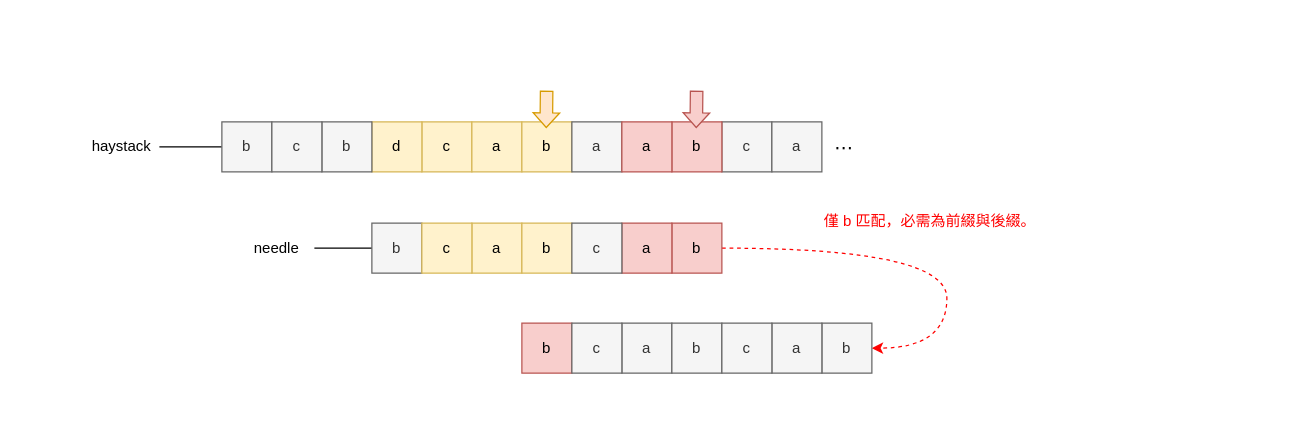
Before: page "第 3 页" (3 of 4) of docs/0028_find_the_index_of_the_first_occurrence_in_a_string_bm_gs.drawio in rickbsr/example-leetcode, a draw.io diagram. Source tidied: cells renumbered, new cells numbered last; positions are measured from the earlier drawing's top-left corner, leaving out a move shared by most shapes. Both pictures are drawn from the tidied source at 125%, with x=0, y=0 at pixel (84, 90).
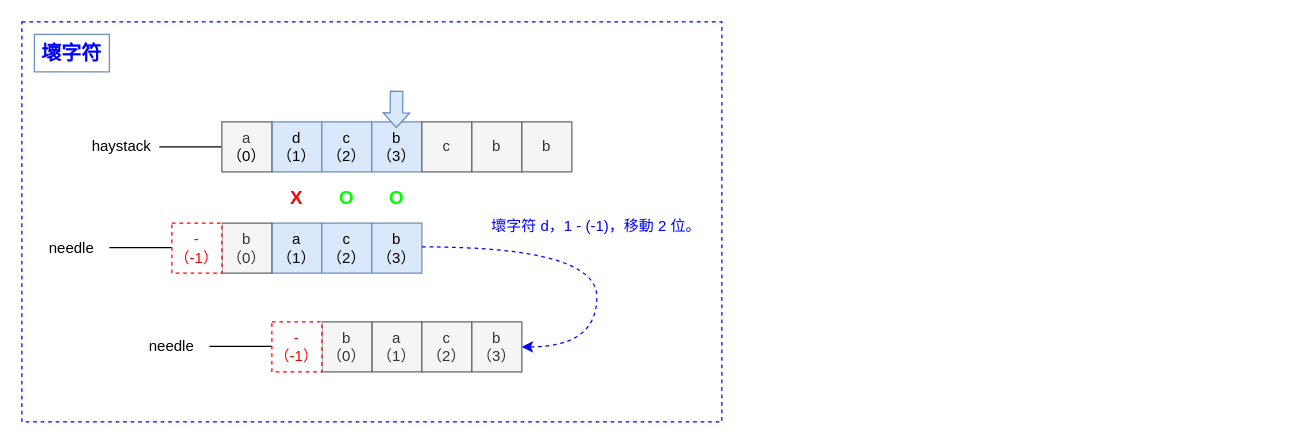
After the change.

The change refers to these unchanged cells:
```xml
<mxCell id="6" value="haystack" style="text;html=1;align=center;verticalAlign=middle;whiteSpace=wrap;rounded=0;" parent="1" vertex="1">
  <mxGeometry y="30" width="60" height="30" as="geometry" />
</mxCell>
```

The edit, as a diff of the source:
```diff
@@
-    <mxCell id="2" value="c" style="rounded=0;whiteSpace=wrap;html=1;fillColor=#f5f5f5;strokeColor=#666666;fontColor=#333333;" parent="1" vertex="1">
-      <mxGeometry x="510" y="25" width="40" height="40" as="geometry" />
-    </mxCell>
-    <mxCell id="3" value="c" style="rounded=0;whiteSpace=wrap;html=1;fillColor=#fff2cc;strokeColor=#d6b656;" parent="1" vertex="1">
-      <mxGeometry x="270" y="25" width="40" height="40" as="geometry" />
-    </mxCell>
-    <mxCell id="4" value="d" style="rounded=0;whiteSpace=wrap;html=1;fillColor=#fff2cc;strokeColor=#d6b656;" parent="1" vertex="1">
-      <mxGeometry x="230" y="25" width="40" height="40" as="geometry" />
-    </mxCell>
-    <mxCell id="5" style="edgeStyle=orthogonalEdgeStyle;rounded=0;jettySize=auto;html=1;exitX=1;exitY=0.5;exitDx=0;exitDy=0;entryX=0;entryY=0.5;entryDx=0;entryDy=0;endArrow=none;endFill=0;" parent="1" edge="1" source="6">
-      <mxGeometry relative="1" as="geometry">
-        <mxPoint x="110" y="45" as="targetPoint" />
-      </mxGeometry>
-    </mxCell>
+    <mxCell id="37" style="rounded=0;whiteSpace=wrap;html=1;dashed=1;strokeColor=#0000FF;fontColor=#000000;" parent="1" vertex="1">
+      <mxGeometry x="-50" y="-55" width="560" height="320" as="geometry" />
+    </mxCell>
+    <mxCell id="38" value="&lt;font&gt;&lt;b&gt;O&lt;/b&gt;&lt;/font&gt;" style="rounded=0;whiteSpace=wrap;html=1;fontSize=15;strokeColor=none;fontColor=#00FF00;" parent="1" vertex="1">
+      <mxGeometry x="230" y="65" width="40" height="40" as="geometry" />
+    </mxCell>
+    <mxCell id="39" value="&lt;font&gt;&lt;b&gt;O&lt;/b&gt;&lt;/font&gt;" style="rounded=0;whiteSpace=wrap;html=1;fontSize=15;strokeColor=none;fontColor=#00FF00;" parent="1" vertex="1">
+      <mxGeometry x="190" y="65" width="40" height="40" as="geometry" />
+    </mxCell>
+    <mxCell id="40" value="&lt;font color=&quot;#ff0000&quot; style=&quot;font-size: 15px;&quot;&gt;&lt;b style=&quot;&quot;&gt;X&lt;/b&gt;&lt;/font&gt;" style="rounded=0;whiteSpace=wrap;html=1;fontSize=15;strokeColor=none;" parent="1" vertex="1">
+      <mxGeometry x="150" y="65" width="40" height="40" as="geometry" />
+    </mxCell>
+    <mxCell id="41" style="edgeStyle=orthogonalEdgeStyle;rounded=0;jettySize=auto;html=1;exitX=1;exitY=0.5;exitDx=0;exitDy=0;entryX=0;entryY=0.5;entryDx=0;entryDy=0;endArrow=none;endFill=0;" parent="1" edge="1" source="6">
+      <mxGeometry relative="1" as="geometry">
+        <mxPoint x="110" y="45" as="targetPoint" />
+      </mxGeometry>
+    </mxCell>
@@
-    <mxCell id="7" value="b" style="rounded=0;whiteSpace=wrap;html=1;fillColor=#f8cecc;strokeColor=#b85450;" parent="1" vertex="1">
-      <mxGeometry x="470" y="25" width="40" height="40" as="geometry" />
-    </mxCell>
-    <mxCell id="8" value="b" style="rounded=0;whiteSpace=wrap;html=1;fillColor=#f5f5f5;strokeColor=#666666;fontColor=#333333;" parent="1" vertex="1">
-      <mxGeometry x="190" y="25" width="40" height="40" as="geometry" />
-    </mxCell>
-    <mxCell id="9" style="edgeStyle=orthogonalEdgeStyle;rounded=0;orthogonalLoop=1;jettySize=auto;html=1;exitX=1;exitY=0.5;exitDx=0;exitDy=0;entryX=0;entryY=0.5;entryDx=0;entryDy=0;endArrow=none;endFill=0;" parent="1" edge="1">
-      <mxGeometry relative="1" as="geometry">
-        <mxPoint x="184" y="126" as="sourcePoint" />
-        <mxPoint x="234" y="126" as="targetPoint" />
-      </mxGeometry>
-    </mxCell>
-    <mxCell id="10" value="needle" style="text;html=1;strokeColor=none;fillColor=none;align=center;verticalAlign=middle;whiteSpace=wrap;rounded=0;" parent="1" vertex="1">
-      <mxGeometry x="124" y="111" width="60" height="30" as="geometry" />
-    </mxCell>
-    <mxCell id="11" value="a" style="rounded=0;whiteSpace=wrap;html=1;fillColor=#fff2cc;strokeColor=#d6b656;" parent="1" vertex="1">
-      <mxGeometry x="310" y="25" width="40" height="40" as="geometry" />
-    </mxCell>
-    <mxCell id="12" value="b" style="rounded=0;whiteSpace=wrap;html=1;fillColor=#fff2cc;strokeColor=#d6b656;" parent="1" vertex="1">
-      <mxGeometry x="350" y="25" width="40" height="40" as="geometry" />
-    </mxCell>
-    <mxCell id="13" style="shape=flexArrow;endArrow=classic;html=1;rounded=0;endWidth=10.263157894736842;endSize=3.5605263157894735;fillColor=#f8cecc;strokeColor=#b85450;" parent="1" edge="1">
-      <mxGeometry relative="1" as="geometry">
-        <mxPoint x="489.8" as="sourcePoint" />
-        <mxPoint x="489.5" y="30" as="targetPoint" />
-      </mxGeometry>
-    </mxCell>
-    <mxCell id="14" value="a" style="rounded=0;whiteSpace=wrap;html=1;fillColor=#f5f5f5;strokeColor=#666666;fontColor=#333333;" parent="1" vertex="1">
-      <mxGeometry x="390" y="25" width="40" height="40" as="geometry" />
-    </mxCell>
-    <mxCell id="15" value="a" style="rounded=0;whiteSpace=wrap;html=1;fillColor=#f8cecc;strokeColor=#b85450;" parent="1" vertex="1">
-      <mxGeometry x="430" y="25" width="40" height="40" as="geometry" />
-    </mxCell>
-    <mxCell id="16" style="endArrow=classic;html=1;rounded=0;entryX=1;entryY=0.5;entryDx=0;entryDy=0;edgeStyle=orthogonalEdgeStyle;curved=1;strokeColor=#FF0000;dashed=1;exitX=1;exitY=0.5;exitDx=0;exitDy=0;" parent="1" edge="1" source="21" target="28">
-      <mxGeometry relative="1" as="geometry">
-        <Array as="points">
-          <mxPoint x="690" y="126" />
-          <mxPoint x="690" y="206" />
-        </Array>
-      </mxGeometry>
-    </mxCell>
-    <mxCell id="17" value="&lt;font&gt;&lt;span style=&quot;&quot;&gt;僅 b 匹配，必需為前綴與後綴。&lt;/span&gt;&lt;br&gt;&lt;/font&gt;" style="text;html=1;strokeColor=none;fillColor=none;align=left;verticalAlign=middle;whiteSpace=wrap;rounded=0;fontColor=#FF0000;" parent="1" vertex="1">
-      <mxGeometry x="590" y="76" width="360" height="57.5" as="geometry" />
-    </mxCell>
-    <mxCell id="18" style="shape=flexArrow;endArrow=classic;html=1;rounded=0;endWidth=10.263157894736842;endSize=3.5605263157894735;fillColor=#ffe6cc;strokeColor=#d79b00;" parent="1" edge="1">
-      <mxGeometry relative="1" as="geometry">
-        <mxPoint x="369.8" as="sourcePoint" />
-        <mxPoint x="369.5" y="30" as="targetPoint" />
-      </mxGeometry>
-    </mxCell>
-    <mxCell id="19" value="a" style="rounded=0;whiteSpace=wrap;html=1;fillColor=#fff2cc;strokeColor=#d6b656;" parent="1" vertex="1">
-      <mxGeometry x="310" y="106" width="40" height="40" as="geometry" />
-    </mxCell>
-    <mxCell id="20" value="b" style="rounded=0;whiteSpace=wrap;html=1;fillColor=#fff2cc;strokeColor=#d6b656;" parent="1" vertex="1">
-      <mxGeometry x="350" y="106" width="40" height="40" as="geometry" />
-    </mxCell>
-    <mxCell id="21" value="b" style="rounded=0;whiteSpace=wrap;html=1;fillColor=#f8cecc;strokeColor=#b85450;" parent="1" vertex="1">
-      <mxGeometry x="470" y="106" width="40" height="40" as="geometry" />
-    </mxCell>
-    <mxCell id="22" value="a" style="rounded=0;whiteSpace=wrap;html=1;fillColor=#f8cecc;strokeColor=#b85450;" parent="1" vertex="1">
-      <mxGeometry x="430" y="106" width="40" height="40" as="geometry" />
-    </mxCell>
-    <mxCell id="23" value="c" style="rounded=0;whiteSpace=wrap;html=1;fillColor=#f5f5f5;strokeColor=#666666;fontColor=#333333;" parent="1" vertex="1">
-      <mxGeometry x="390" y="106" width="40" height="40" as="geometry" />
-    </mxCell>
-    <mxCell id="24" value="b" style="rounded=0;whiteSpace=wrap;html=1;fillColor=#f5f5f5;strokeColor=#666666;fontColor=#333333;" parent="1" vertex="1">
-      <mxGeometry x="230" y="106" width="40" height="40" as="geometry" />
-    </mxCell>
-    <mxCell id="25" value="c" style="rounded=0;whiteSpace=wrap;html=1;fillColor=#fff2cc;strokeColor=#d6b656;" parent="1" vertex="1">
-      <mxGeometry x="270" y="106" width="40" height="40" as="geometry" />
-    </mxCell>
-    <mxCell id="26" value="a" style="rounded=0;whiteSpace=wrap;html=1;fillColor=#f5f5f5;strokeColor=#666666;fontColor=#333333;" parent="1" vertex="1">
-      <mxGeometry x="430" y="186" width="40" height="40" as="geometry" />
-    </mxCell>
-    <mxCell id="27" value="b" style="rounded=0;whiteSpace=wrap;html=1;fillColor=#f5f5f5;strokeColor=#666666;fontColor=#333333;" parent="1" vertex="1">
-      <mxGeometry x="470" y="186" width="40" height="40" as="geometry" />
-    </mxCell>
-    <mxCell id="28" value="b" style="rounded=0;whiteSpace=wrap;html=1;fillColor=#f5f5f5;strokeColor=#666666;fontColor=#333333;" parent="1" vertex="1">
-      <mxGeometry x="590" y="186" width="40" height="40" as="geometry" />
-    </mxCell>
-    <mxCell id="29" value="a" style="rounded=0;whiteSpace=wrap;html=1;fillColor=#f5f5f5;strokeColor=#666666;fontColor=#333333;" parent="1" vertex="1">
-      <mxGeometry x="550" y="186" width="40" height="40" as="geometry" />
-    </mxCell>
-    <mxCell id="30" value="c" style="rounded=0;whiteSpace=wrap;html=1;fillColor=#f5f5f5;strokeColor=#666666;fontColor=#333333;" parent="1" vertex="1">
-      <mxGeometry x="510" y="186" width="40" height="40" as="geometry" />
-    </mxCell>
-    <mxCell id="31" value="b" style="rounded=0;whiteSpace=wrap;html=1;fillColor=#f8cecc;strokeColor=#b85450;" parent="1" vertex="1">
-      <mxGeometry x="350" y="186" width="40" height="40" as="geometry" />
-    </mxCell>
-    <mxCell id="32" value="c" style="rounded=0;whiteSpace=wrap;html=1;fillColor=#f5f5f5;strokeColor=#666666;fontColor=#333333;" parent="1" vertex="1">
-      <mxGeometry x="390" y="186" width="40" height="40" as="geometry" />
-    </mxCell>
-    <mxCell id="33" value="b" style="rounded=0;whiteSpace=wrap;html=1;fillColor=#f5f5f5;strokeColor=#666666;fontColor=#333333;" parent="1" vertex="1">
-      <mxGeometry x="110" y="25" width="40" height="40" as="geometry" />
-    </mxCell>
-    <mxCell id="34" value="c" style="rounded=0;whiteSpace=wrap;html=1;fillColor=#f5f5f5;strokeColor=#666666;fontColor=#333333;" parent="1" vertex="1">
-      <mxGeometry x="150" y="25" width="40" height="40" as="geometry" />
-    </mxCell>
-    <mxCell id="35" value="a" style="rounded=0;whiteSpace=wrap;html=1;fillColor=#f5f5f5;strokeColor=#666666;fontColor=#333333;" parent="1" vertex="1">
-      <mxGeometry x="550" y="25" width="40" height="40" as="geometry" />
-    </mxCell>
-    <mxCell id="36" value="&lt;font style=&quot;font-size: 15px;&quot;&gt;⋯&amp;nbsp;&lt;/font&gt;" style="rounded=0;whiteSpace=wrap;html=1;fillColor=none;strokeColor=none;" parent="1" vertex="1">
-      <mxGeometry x="590" y="25" width="40" height="40" as="geometry" />
-    </mxCell>
+    <mxCell id="42" style="edgeStyle=orthogonalEdgeStyle;rounded=0;orthogonalLoop=1;jettySize=auto;html=1;exitX=1;exitY=0.5;exitDx=0;exitDy=0;entryX=0;entryY=0.5;entryDx=0;entryDy=0;endArrow=none;endFill=0;" parent="1" edge="1">
+      <mxGeometry relative="1" as="geometry">
+        <mxPoint x="20" y="125.5" as="sourcePoint" />
+        <mxPoint x="70" y="125.5" as="targetPoint" />
+      </mxGeometry>
+    </mxCell>
+    <mxCell id="43" value="needle" style="text;html=1;strokeColor=none;fillColor=none;align=center;verticalAlign=middle;whiteSpace=wrap;rounded=0;" parent="1" vertex="1">
+      <mxGeometry x="-40" y="111" width="60" height="30" as="geometry" />
+    </mxCell>
+    <mxCell id="44" value="d&lt;br&gt;（1）" style="rounded=0;whiteSpace=wrap;html=1;fillColor=#dae8fc;strokeColor=#6c8ebf;" parent="1" vertex="1">
+      <mxGeometry x="150" y="25" width="40" height="40" as="geometry" />
+    </mxCell>
+    <mxCell id="45" value="a&lt;br style=&quot;color: rgb(0, 0, 0);&quot;&gt;&lt;span style=&quot;color: rgb(0, 0, 0);&quot;&gt;（0）&lt;/span&gt;" style="rounded=0;whiteSpace=wrap;html=1;fillColor=#f5f5f5;strokeColor=#666666;fontColor=#333333;" parent="1" vertex="1">
+      <mxGeometry x="110" y="25" width="40" height="40" as="geometry" />
+    </mxCell>
+    <mxCell id="46" value="a&lt;br&gt;（1）" style="rounded=0;whiteSpace=wrap;html=1;fillColor=#dae8fc;strokeColor=#6c8ebf;" parent="1" vertex="1">
+      <mxGeometry x="150" y="106" width="40" height="40" as="geometry" />
+    </mxCell>
+    <mxCell id="47" value="c&lt;br&gt;（2）" style="rounded=0;whiteSpace=wrap;html=1;fillColor=#dae8fc;strokeColor=#6c8ebf;" parent="1" vertex="1">
+      <mxGeometry x="190" y="106" width="40" height="40" as="geometry" />
+    </mxCell>
+    <mxCell id="48" value="b&lt;br&gt;（0）" style="rounded=0;whiteSpace=wrap;html=1;fillColor=#f5f5f5;strokeColor=#666666;fontColor=#333333;" parent="1" vertex="1">
+      <mxGeometry x="110" y="106" width="40" height="40" as="geometry" />
+    </mxCell>
+    <mxCell id="49" value="b&lt;br&gt;（3）" style="rounded=0;whiteSpace=wrap;html=1;fillColor=#dae8fc;strokeColor=#6c8ebf;" parent="1" vertex="1">
+      <mxGeometry x="230" y="106" width="40" height="40" as="geometry" />
+    </mxCell>
+    <mxCell id="50" value="c&lt;br&gt;（2）" style="rounded=0;whiteSpace=wrap;html=1;fillColor=#dae8fc;strokeColor=#6c8ebf;" parent="1" vertex="1">
+      <mxGeometry x="190" y="25" width="40" height="40" as="geometry" />
+    </mxCell>
+    <mxCell id="51" value="b&lt;br&gt;（3）" style="rounded=0;whiteSpace=wrap;html=1;fillColor=#dae8fc;strokeColor=#6c8ebf;" parent="1" vertex="1">
+      <mxGeometry x="230" y="25" width="40" height="40" as="geometry" />
+    </mxCell>
+    <mxCell id="52" style="shape=flexArrow;endArrow=classic;html=1;rounded=0;endWidth=10.263157894736842;endSize=3.5605263157894735;fillColor=#dae8fc;strokeColor=#6c8ebf;" parent="1" edge="1">
+      <mxGeometry relative="1" as="geometry">
+        <mxPoint x="249.8" as="sourcePoint" />
+        <mxPoint x="249.5" y="30" as="targetPoint" />
+      </mxGeometry>
+    </mxCell>
+    <mxCell id="53" style="edgeStyle=orthogonalEdgeStyle;rounded=0;orthogonalLoop=1;jettySize=auto;html=1;exitX=1;exitY=0.5;exitDx=0;exitDy=0;entryX=0;entryY=0.5;entryDx=0;entryDy=0;endArrow=none;endFill=0;" parent="1" edge="1">
+      <mxGeometry relative="1" as="geometry">
+        <mxPoint x="100" y="204.5" as="sourcePoint" />
+        <mxPoint x="150" y="204.5" as="targetPoint" />
+      </mxGeometry>
+    </mxCell>
+    <mxCell id="54" value="needle" style="text;html=1;strokeColor=none;fillColor=none;align=center;verticalAlign=middle;whiteSpace=wrap;rounded=0;" parent="1" vertex="1">
+      <mxGeometry x="40" y="190" width="60" height="30" as="geometry" />
+    </mxCell>
+    <mxCell id="55" value="a&lt;br&gt;（1）" style="rounded=0;whiteSpace=wrap;html=1;fillColor=#f5f5f5;strokeColor=#666666;fontColor=#333333;" parent="1" vertex="1">
+      <mxGeometry x="230" y="185" width="40" height="40" as="geometry" />
+    </mxCell>
+    <mxCell id="56" value="c&lt;br&gt;（2）" style="rounded=0;whiteSpace=wrap;html=1;fillColor=#f5f5f5;strokeColor=#666666;fontColor=#333333;" parent="1" vertex="1">
+      <mxGeometry x="270" y="185" width="40" height="40" as="geometry" />
+    </mxCell>
+    <mxCell id="57" value="b&lt;br&gt;（0）" style="rounded=0;whiteSpace=wrap;html=1;fillColor=#f5f5f5;strokeColor=#666666;fontColor=#333333;" parent="1" vertex="1">
+      <mxGeometry x="190" y="185" width="40" height="40" as="geometry" />
+    </mxCell>
+    <mxCell id="58" value="b&lt;br&gt;（3）" style="rounded=0;whiteSpace=wrap;html=1;fillColor=#f5f5f5;strokeColor=#666666;fontColor=#333333;" parent="1" vertex="1">
+      <mxGeometry x="310" y="185" width="40" height="40" as="geometry" />
+    </mxCell>
+    <mxCell id="59" value="-&lt;br&gt;（-1）" style="rounded=0;whiteSpace=wrap;html=1;dashed=1;strokeColor=#FF0000;fontColor=#FF0000;" parent="1" vertex="1">
+      <mxGeometry x="70" y="106" width="40" height="40" as="geometry" />
+    </mxCell>
+    <mxCell id="60" value="-&lt;br&gt;（-1）" style="rounded=0;whiteSpace=wrap;html=1;dashed=1;strokeColor=#FF0000;fontColor=#FF0000;" parent="1" vertex="1">
+      <mxGeometry x="150" y="185" width="40" height="40" as="geometry" />
+    </mxCell>
+    <mxCell id="61" value="c" style="rounded=0;whiteSpace=wrap;html=1;fillColor=#f5f5f5;strokeColor=#666666;fontColor=#333333;" parent="1" vertex="1">
+      <mxGeometry x="270" y="25" width="40" height="40" as="geometry" />
+    </mxCell>
+    <mxCell id="62" value="b" style="rounded=0;whiteSpace=wrap;html=1;fillColor=#f5f5f5;strokeColor=#666666;fontColor=#333333;" parent="1" vertex="1">
+      <mxGeometry x="310" y="25" width="40" height="40" as="geometry" />
+    </mxCell>
+    <mxCell id="63" value="b" style="rounded=0;whiteSpace=wrap;html=1;fillColor=#f5f5f5;strokeColor=#666666;fontColor=#333333;" parent="1" vertex="1">
+      <mxGeometry x="350" y="25" width="40" height="40" as="geometry" />
+    </mxCell>
+    <mxCell id="64" value="&lt;font size=&quot;1&quot; color=&quot;#0000ff&quot;&gt;&lt;b style=&quot;font-size: 16px;&quot;&gt;壞字符&lt;/b&gt;&lt;/font&gt;" style="text;html=1;strokeColor=#6c8ebf;fillColor=none;align=center;verticalAlign=middle;whiteSpace=wrap;rounded=0;" parent="1" vertex="1">
+      <mxGeometry x="-40" y="-45" width="60" height="30" as="geometry" />
+    </mxCell>
+    <mxCell id="65" style="endArrow=classic;html=1;rounded=0;edgeStyle=orthogonalEdgeStyle;curved=1;strokeColor=#0000FF;dashed=1;exitX=1;exitY=0.5;exitDx=0;exitDy=0;fontColor=#0000FF;entryX=1;entryY=0.5;entryDx=0;entryDy=0;" parent="1" edge="1" target="58">
+      <mxGeometry relative="1" as="geometry">
+        <mxPoint x="270" y="125" as="sourcePoint" />
+        <Array as="points">
+          <mxPoint x="410" y="125" />
+          <mxPoint x="410" y="205" />
+        </Array>
+      </mxGeometry>
+    </mxCell>
+    <mxCell id="66" value="&lt;font&gt;&lt;font color=&quot;#0000ff&quot;&gt;壞字符 d，1 - (-1)，移動 2 位。&lt;/font&gt;&lt;br&gt;&lt;/font&gt;" style="text;html=1;strokeColor=none;fillColor=none;align=left;verticalAlign=middle;whiteSpace=wrap;rounded=0;fontColor=#666600;" parent="1" vertex="1">
+      <mxGeometry x="324" y="95" width="196" height="27.5" as="geometry" />
+    </mxCell>
```
